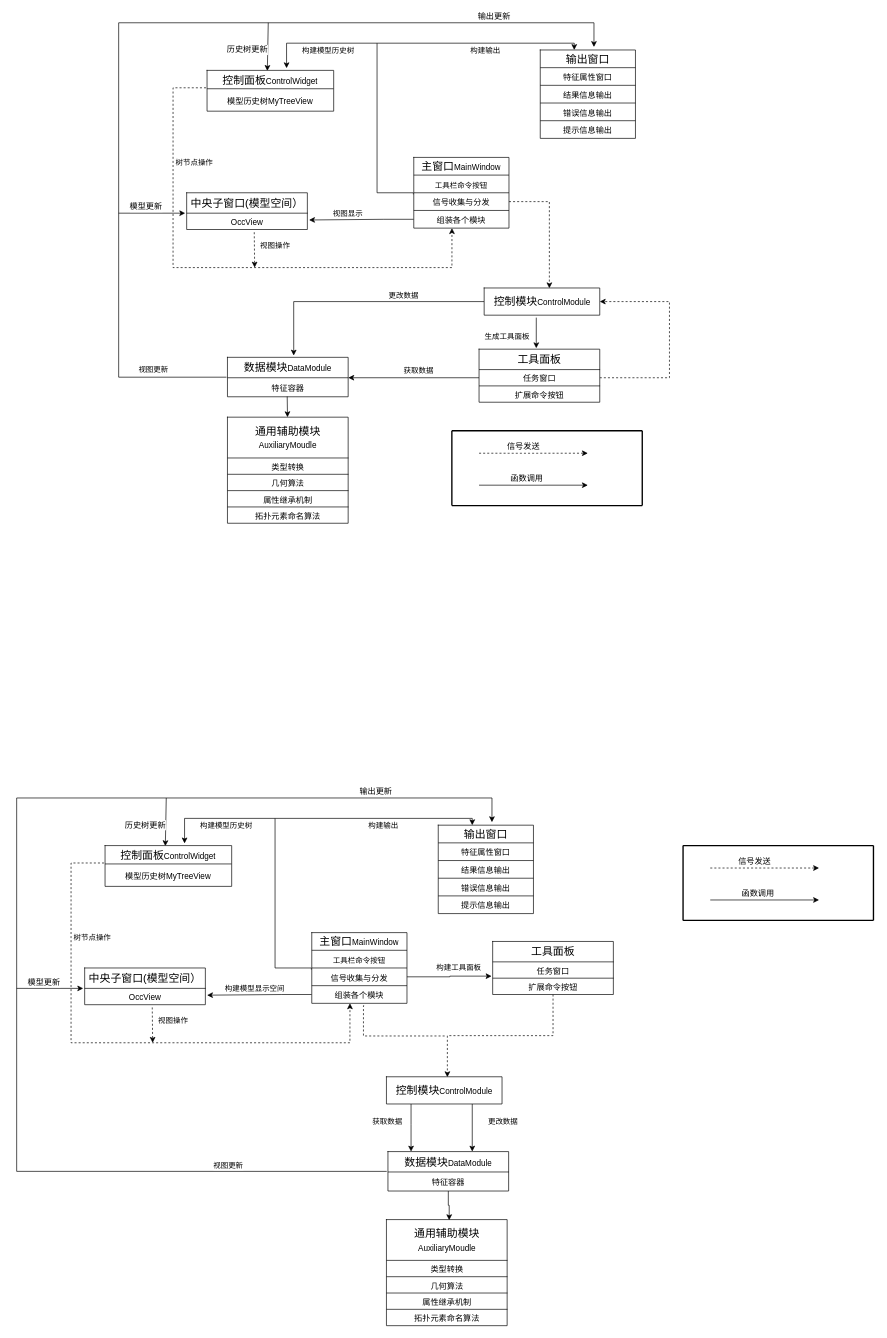
The draw.io diagram mvc详解架构.drawio in liuhuliuhu123/First-test, before the edit. Source tidied: cells renumbered, new cells numbered last; positions are measured from the earlier drawing's top-left corner, leaving out a move shared by most shapes. Both pictures are drawn from the tidied source at 68%, with x=0, y=0 at pixel (16, 22).
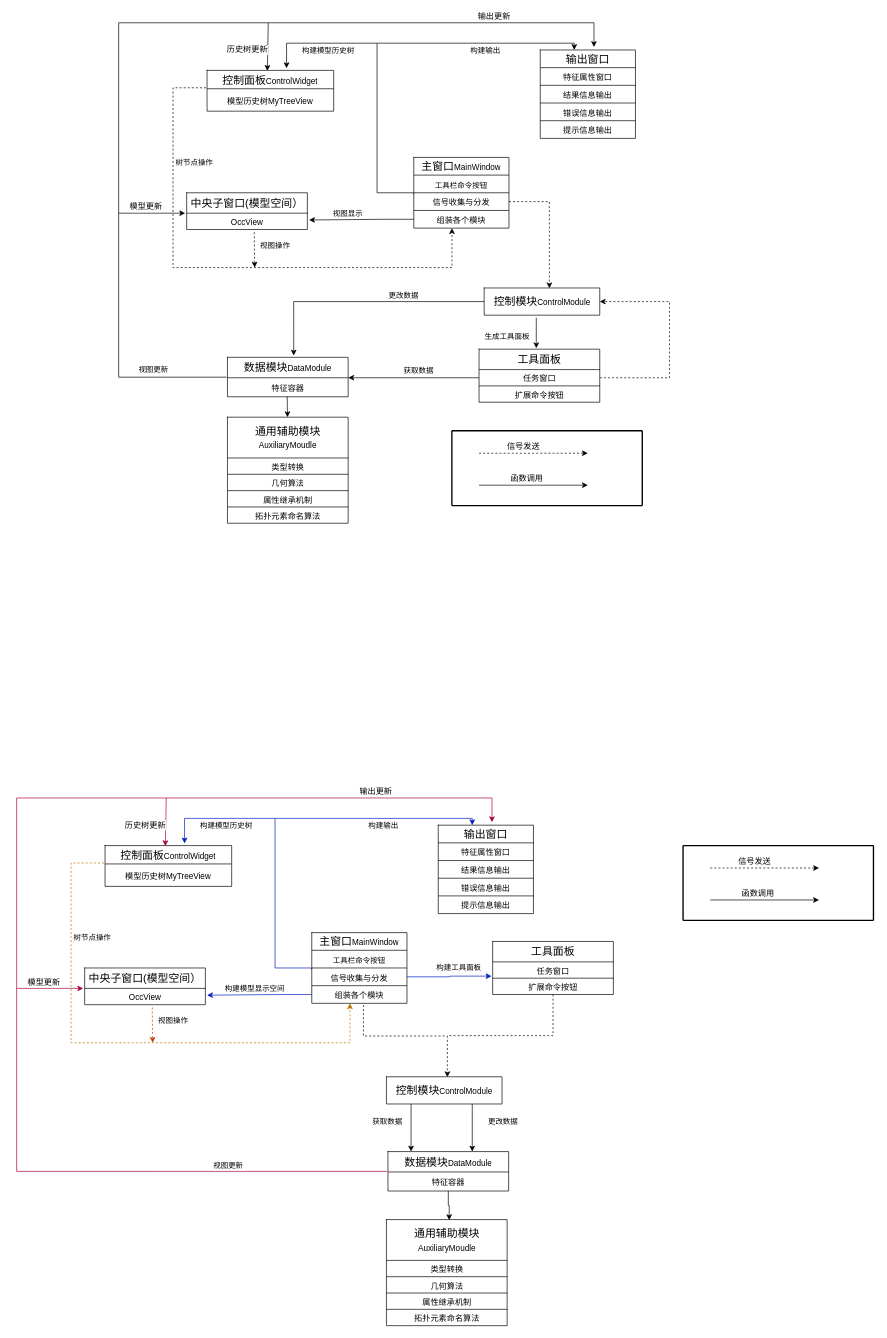
Above is the later version.

Commit message (it also covers changes not shown here):
更新mvc详解架构.drawio

Unchanged cells that the change refers to:
```xml
<mxCell id="110" style="shape=tableRow;horizontal=0;startSize=0;swimlaneHead=0;swimlaneBody=0;strokeColor=inherit;top=0;left=0;bottom=0;right=0;fillColor=none;points=[[0,0.5],[1,0.5]];portConstraint=eastwest;fontSize=16;" parent="109" vertex="1">
  <mxGeometry width="140" height="26" as="geometry" />
</mxCell>
<mxCell id="125" style="shape=tableRow;horizontal=0;startSize=0;swimlaneHead=0;swimlaneBody=0;strokeColor=inherit;top=0;left=0;bottom=0;right=0;fillColor=none;points=[[0,0.5],[1,0.5]];portConstraint=eastwest;fontSize=16;" parent="120" vertex="1">
  <mxGeometry y="52" width="140" height="26" as="geometry" />
</mxCell>
<mxCell id="127" style="shape=tableRow;horizontal=0;startSize=0;swimlaneHead=0;swimlaneBody=0;strokeColor=inherit;top=0;left=0;bottom=0;right=0;fillColor=none;points=[[0,0.5],[1,0.5]];portConstraint=eastwest;fontSize=16;" parent="120" vertex="1">
  <mxGeometry y="78" width="140" height="26" as="geometry" />
</mxCell>
<mxCell id="146" style="shape=tableRow;horizontal=0;startSize=0;swimlaneHead=0;swimlaneBody=0;strokeColor=inherit;top=0;left=0;bottom=0;right=0;fillColor=none;points=[[0,0.5],[1,0.5]];portConstraint=eastwest;fontSize=16;" parent="141" vertex="1">
  <mxGeometry y="54" width="177.5" height="24" as="geometry" />
</mxCell>
<mxCell id="151" style="shape=tableRow;horizontal=0;startSize=0;swimlaneHead=0;swimlaneBody=0;strokeColor=inherit;top=0;left=0;bottom=0;right=0;fillColor=none;points=[[0,0.5],[1,0.5]];portConstraint=eastwest;fontSize=16;" parent="148" vertex="1">
  <mxGeometry y="30" width="177.5" height="24" as="geometry" />
</mxCell>
<mxCell id="154" style="shape=tableRow;horizontal=0;startSize=0;swimlaneHead=0;swimlaneBody=0;strokeColor=inherit;top=0;left=0;bottom=0;right=0;fillColor=none;points=[[0,0.5],[1,0.5]];portConstraint=eastwest;fontSize=16;" parent="153" vertex="1">
  <mxGeometry width="186.2" height="27" as="geometry" />
</mxCell>
<mxCell id="156" style="shape=tableRow;horizontal=0;startSize=0;swimlaneHead=0;swimlaneBody=0;strokeColor=inherit;top=0;left=0;bottom=0;right=0;fillColor=none;points=[[0,0.5],[1,0.5]];portConstraint=eastwest;fontSize=16;" parent="153" vertex="1">
  <mxGeometry y="27" width="186.2" height="33" as="geometry" />
</mxCell>
<mxCell id="162" style="shape=tableRow;horizontal=0;startSize=0;swimlaneHead=0;swimlaneBody=0;strokeColor=inherit;top=0;left=0;bottom=0;right=0;fillColor=none;points=[[0,0.5],[1,0.5]];portConstraint=eastwest;fontSize=16;" parent="159" vertex="1">
  <mxGeometry y="30" width="177.5" height="28" as="geometry" />
</mxCell>
```

The edit, as a diff of the source:
```diff
@@
-    <mxCell id="92" style="endArrow=classic;html=1;rounded=0;exitX=0;exitY=0.5;exitDx=0;exitDy=0;" parent="1" edge="1" source="127">
+    <mxCell id="92" style="endArrow=classic;html=1;rounded=0;exitX=0;exitY=0.5;exitDx=0;exitDy=0;fillColor=#0050ef;strokeColor=#001DBC;" parent="1" edge="1" source="127">
       <mxGeometry relative="1" as="geometry">
         <mxPoint x="280" y="1430" as="targetPoint" />
         <Array as="points">
           <mxPoint x="390" y="1429" />
         </Array>
       </mxGeometry>
     </mxCell>
@@
-    <mxCell id="94" style="endArrow=classic;html=1;rounded=0;entryX=0.628;entryY=-0.119;entryDx=0;entryDy=0;entryPerimeter=0;edgeStyle=orthogonalEdgeStyle;exitX=-0.004;exitY=0.092;exitDx=0;exitDy=0;exitPerimeter=0;" parent="1" edge="1" source="125" target="154">
+    <mxCell id="94" style="endArrow=classic;html=1;rounded=0;entryX=0.628;entryY=-0.119;entryDx=0;entryDy=0;entryPerimeter=0;edgeStyle=orthogonalEdgeStyle;exitX=-0.004;exitY=0.092;exitDx=0;exitDy=0;exitPerimeter=0;fillColor=#0050ef;strokeColor=#001DBC;" parent="1" edge="1" source="125" target="154">
       <mxGeometry relative="1" as="geometry">
         <Array as="points">
           <mxPoint x="433" y="1390" />
           <mxPoint x="380" y="1390" />
           <mxPoint x="380" y="1170" />
           <mxPoint x="247" y="1170" />
         </Array>
       </mxGeometry>
     </mxCell>
@@
-    <mxCell id="96" style="endArrow=classic;html=1;rounded=0;edgeStyle=orthogonalEdgeStyle;entryX=0.357;entryY=0;entryDx=0;entryDy=0;entryPerimeter=0;" parent="1" edge="1" target="110">
+    <mxCell id="96" style="endArrow=classic;html=1;rounded=0;edgeStyle=orthogonalEdgeStyle;entryX=0.357;entryY=0;entryDx=0;entryDy=0;entryPerimeter=0;fillColor=#0050ef;strokeColor=#001DBC;" parent="1" edge="1" target="110">
       <mxGeometry relative="1" as="geometry">
         <mxPoint x="380" y="1170" as="sourcePoint" />
         <Array as="points">
           <mxPoint x="670" y="1170" />
         </Array>
       </mxGeometry>
     </mxCell>
@@
-    <mxCell id="98" style="endArrow=classic;html=1;rounded=0;edgeStyle=orthogonalEdgeStyle;dashed=1;entryX=0.401;entryY=1;entryDx=0;entryDy=0;entryPerimeter=0;exitX=-0.008;exitY=-0.042;exitDx=0;exitDy=0;exitPerimeter=0;" parent="1" edge="1" source="156" target="127">
+    <mxCell id="98" style="endArrow=classic;html=1;rounded=0;edgeStyle=orthogonalEdgeStyle;dashed=1;entryX=0.401;entryY=1;entryDx=0;entryDy=0;entryPerimeter=0;exitX=-0.008;exitY=-0.042;exitDx=0;exitDy=0;exitPerimeter=0;fillColor=#f0a30a;strokeColor=#BD7000;" parent="1" edge="1" source="156" target="127">
       <mxGeometry relative="1" as="geometry">
         <Array as="points">
           <mxPoint x="80" y="1236" />
           <mxPoint x="80" y="1500" />
           <mxPoint x="490" y="1500" />
         </Array>
       </mxGeometry>
     </mxCell>
@@
-    <mxCell id="100" style="endArrow=classic;html=1;rounded=0;exitX=0.56;exitY=1.167;exitDx=0;exitDy=0;dashed=1;exitPerimeter=0;" parent="1" edge="1" source="151">
+    <mxCell id="100" style="endArrow=classic;html=1;rounded=0;exitX=0.56;exitY=1.167;exitDx=0;exitDy=0;dashed=1;exitPerimeter=0;fillColor=#fa6800;strokeColor=#C73500;" parent="1" edge="1" source="151">
       <mxGeometry relative="1" as="geometry">
         <mxPoint x="200" y="1500" as="targetPoint" />
       </mxGeometry>
     </mxCell>
@@
-    <mxCell id="102" style="endArrow=classic;html=1;rounded=0;edgeStyle=orthogonalEdgeStyle;entryX=0.564;entryY=-0.169;entryDx=0;entryDy=0;entryPerimeter=0;exitX=-0.01;exitY=-0.031;exitDx=0;exitDy=0;exitPerimeter=0;" parent="1" edge="1" source="162" target="110">
+    <mxCell id="102" style="endArrow=classic;html=1;rounded=0;edgeStyle=orthogonalEdgeStyle;entryX=0.564;entryY=-0.169;entryDx=0;entryDy=0;entryPerimeter=0;exitX=-0.01;exitY=-0.031;exitDx=0;exitDy=0;exitPerimeter=0;fillColor=#d80073;strokeColor=#A50040;" parent="1" edge="1" source="162" target="110">
       <mxGeometry relative="1" as="geometry">
         <Array as="points">
           <mxPoint y="1689" />
           <mxPoint y="1140" />
           <mxPoint x="699" y="1140" />
         </Array>
       </mxGeometry>
     </mxCell>
@@
-    <mxCell id="105" style="endArrow=classic;html=1;rounded=0;entryX=-0.012;entryY=0;entryDx=0;entryDy=0;entryPerimeter=0;" parent="1" edge="1" target="151">
+    <mxCell id="105" style="endArrow=classic;html=1;rounded=0;entryX=-0.012;entryY=0;entryDx=0;entryDy=0;entryPerimeter=0;fillColor=#d80073;strokeColor=#A50040;" parent="1" edge="1" target="151">
       <mxGeometry relative="1" as="geometry">
         <mxPoint y="1420" as="sourcePoint" />
       </mxGeometry>
     </mxCell>
@@
-    <mxCell id="107" style="endArrow=classic;html=1;rounded=0;entryX=0.476;entryY=0.03;entryDx=0;entryDy=0;entryPerimeter=0;" parent="1" edge="1" target="154">
+    <mxCell id="107" style="endArrow=classic;html=1;rounded=0;entryX=0.476;entryY=0.03;entryDx=0;entryDy=0;entryPerimeter=0;fillColor=#d80073;strokeColor=#A50040;" parent="1" edge="1" target="154">
       <mxGeometry relative="1" as="geometry">
         <mxPoint x="220" y="1140" as="sourcePoint" />
       </mxGeometry>
     </mxCell>
@@
-    <mxCell id="169" value="构建工具面板" style="edgeStyle=orthogonalEdgeStyle;rounded=0;jettySize=auto;html=1;entryX=-0.009;entryY=-0.125;entryDx=0;entryDy=0;entryPerimeter=0;" parent="1" edge="1" source="125" target="146">
+    <mxCell id="169" value="构建工具面板" style="edgeStyle=orthogonalEdgeStyle;rounded=0;jettySize=auto;html=1;entryX=-0.009;entryY=-0.125;entryDx=0;entryDy=0;entryPerimeter=0;fillColor=#0050ef;strokeColor=#001DBC;" parent="1" edge="1" source="125" target="146">
       <mxGeometry x="0.23" y="12" relative="1" as="geometry" />
     </mxCell>
```
